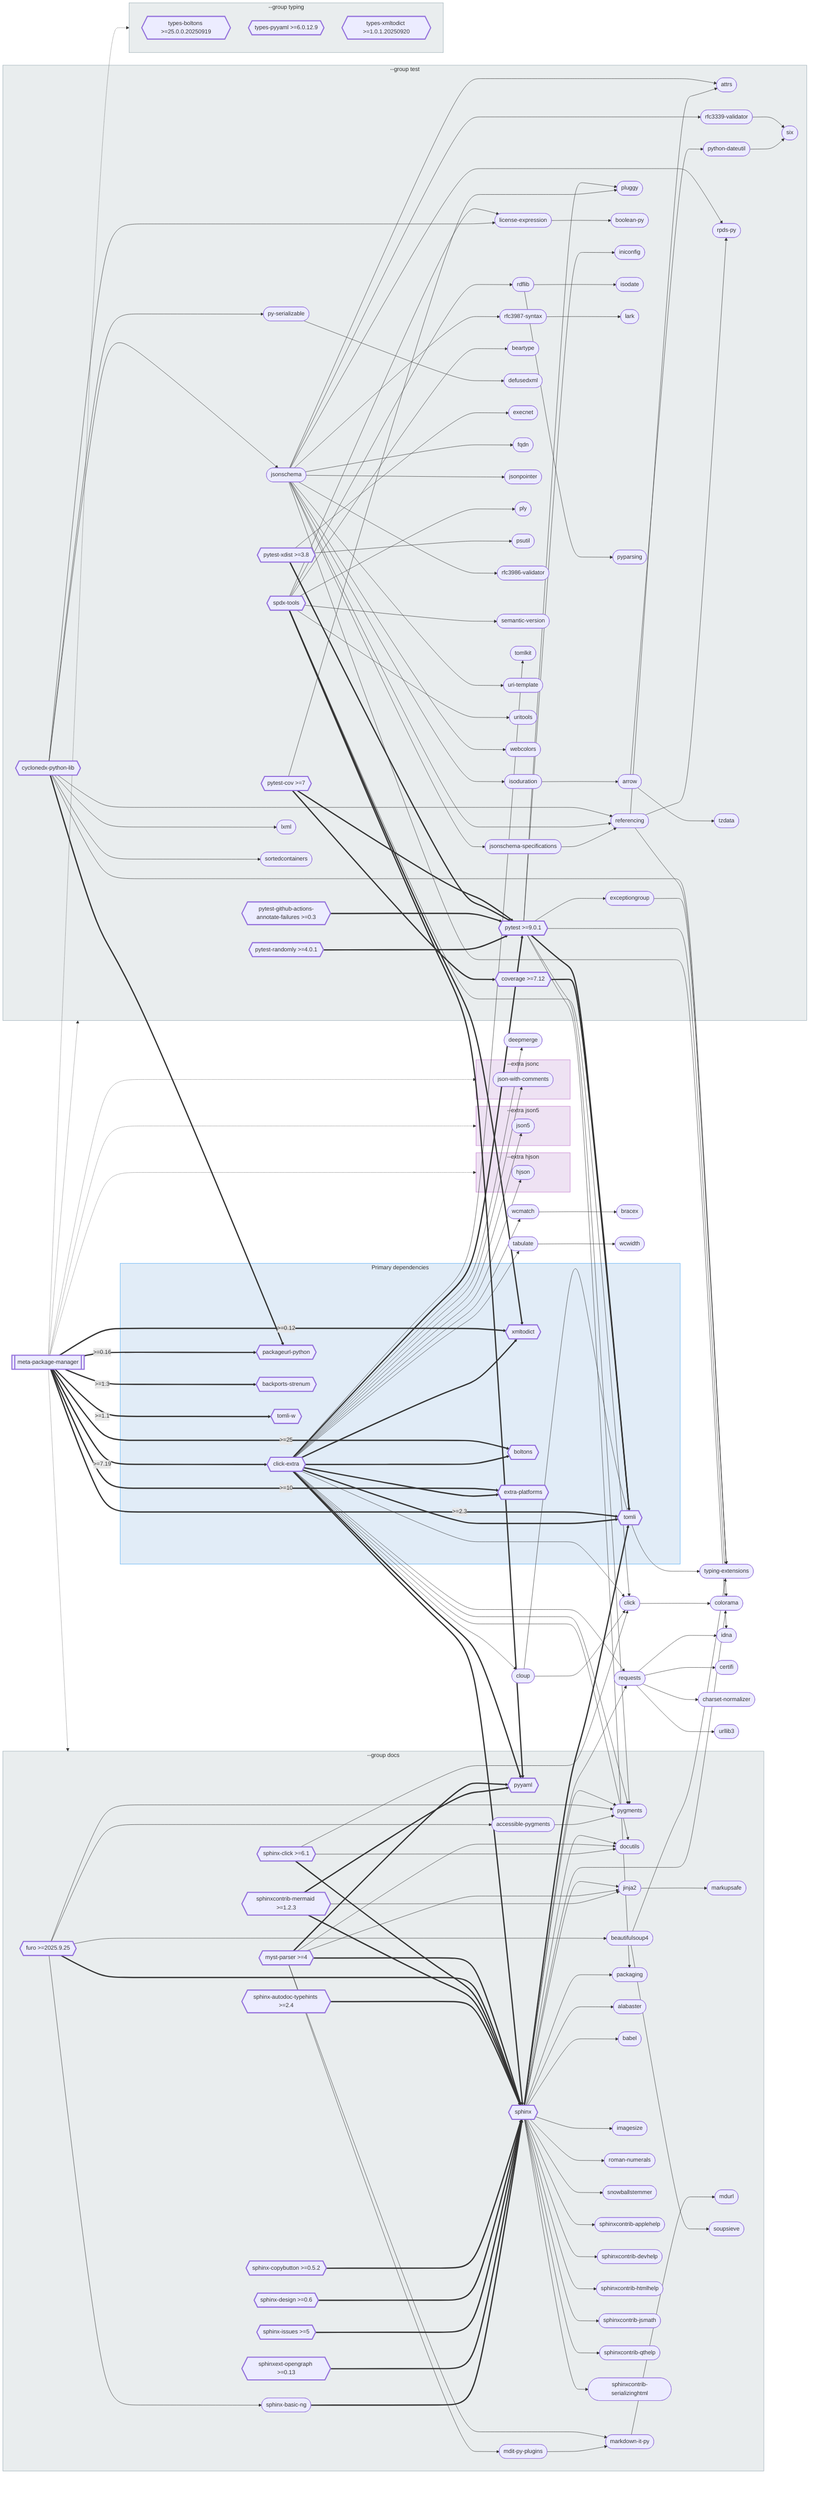
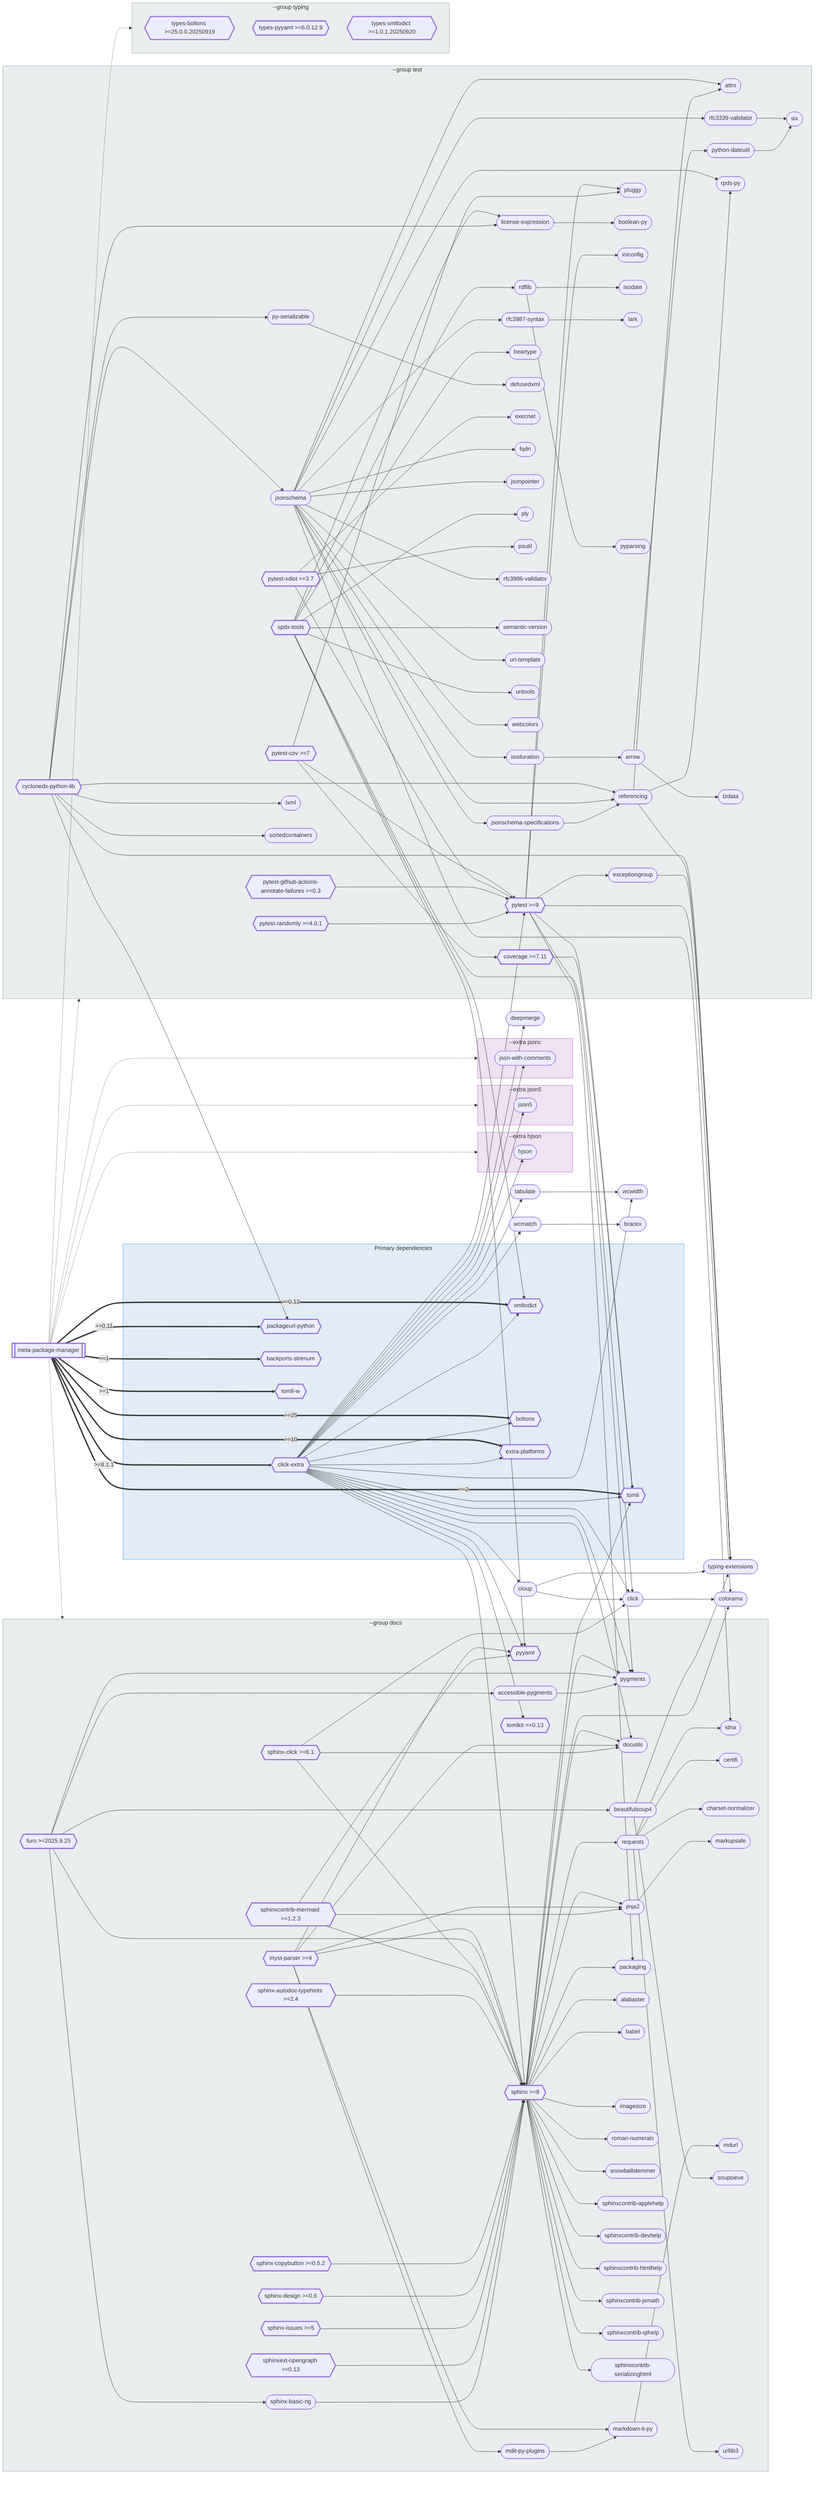
flowchart LR
    meta_package_manager[["`meta-package-manager`"]]

    subgraph primary-deps [Primary dependencies]
        click_extra{{"`click-extra`"}}
        tomli{{"`tomli`"}}
        xmltodict{{"`xmltodict`"}}
        boltons{{"`boltons`"}}
        extra_platforms{{"`extra-platforms`"}}
        packageurl_python{{"`packageurl-python`"}}
        backports_strenum{{"`backports-strenum`"}}
        tomli_w{{"`tomli-w`"}}
    end

-     requests(["`requests`"])
    click_0(["`click`"])
    typing_extensions(["`typing-extensions`"])
    cloup(["`cloup`"])
    colorama(["`colorama`"])
-     idna(["`idna`"])
    tabulate(["`tabulate`"])
    wcmatch(["`wcmatch`"])
+     wcwidth(["`wcwidth`"])
    bracex(["`bracex`"])
-     certifi(["`certifi`"])
-     charset_normalizer(["`charset-normalizer`"])
    deepmerge(["`deepmerge`"])
-     urllib3(["`urllib3`"])
-     wcwidth(["`wcwidth`"])

    subgraph ext_hjson [--extra hjson]
        hjson(["`hjson`"])
    end

    subgraph ext_json5 [--extra json5]
        json5(["`json5`"])
    end

    subgraph ext_jsonc [--extra jsonc]
        json_with_comments(["`json-with-comments`"])
    end

    subgraph grp_docs [--group docs]
-         sphinx{{"`sphinx`"}}
+         sphinx{{"`sphinx >=8`"}}
        myst_parser{{"`myst-parser >=4`"}}
        furo{{"`furo >=2025.9.25`"}}
        pygments(["`pygments`"])
        pyyaml{{"`pyyaml`"}}
+         requests(["`requests`"])
        docutils(["`docutils`"])
        jinja2(["`jinja2`"])
        sphinx_click{{"`sphinx-click >=6.1`"}}
        sphinxcontrib_mermaid{{"`sphinxcontrib-mermaid >=1.2.3`"}}
        beautifulsoup4(["`beautifulsoup4`"])
        markdown_it_py(["`markdown-it-py`"])
        accessible_pygments(["`accessible-pygments`"])
+         idna(["`idna`"])
        mdit_py_plugins(["`mdit-py-plugins`"])
        packaging(["`packaging`"])
        sphinx_autodoc_typehints{{"`sphinx-autodoc-typehints >=2.4`"}}
        sphinx_basic_ng(["`sphinx-basic-ng`"])
        sphinx_copybutton{{"`sphinx-copybutton >=0.5.2`"}}
        sphinx_design{{"`sphinx-design >=0.6`"}}
        sphinx_issues{{"`sphinx-issues >=5`"}}
        sphinxext_opengraph{{"`sphinxext-opengraph >=0.13`"}}
+         tomlkit{{"`tomlkit >=0.13`"}}
        alabaster(["`alabaster`"])
        babel(["`babel`"])
+         certifi(["`certifi`"])
+         charset_normalizer(["`charset-normalizer`"])
        imagesize(["`imagesize`"])
        markupsafe(["`markupsafe`"])
        mdurl(["`mdurl`"])
        roman_numerals(["`roman-numerals`"])
        snowballstemmer(["`snowballstemmer`"])
        soupsieve(["`soupsieve`"])
        sphinxcontrib_applehelp(["`sphinxcontrib-applehelp`"])
        sphinxcontrib_devhelp(["`sphinxcontrib-devhelp`"])
        sphinxcontrib_htmlhelp(["`sphinxcontrib-htmlhelp`"])
        sphinxcontrib_jsmath(["`sphinxcontrib-jsmath`"])
        sphinxcontrib_qthelp(["`sphinxcontrib-qthelp`"])
        sphinxcontrib_serializinghtml(["`sphinxcontrib-serializinghtml`"])
+         urllib3(["`urllib3`"])
    end

    subgraph grp_test [--group test]
        jsonschema(["`jsonschema`"])
-         pytest{{"`pytest >=9.0.1`"}}
+         pytest{{"`pytest >=9`"}}
        spdx_tools{{"`spdx-tools`"}}
        cyclonedx_python_lib{{"`cyclonedx-python-lib`"}}
        referencing(["`referencing`"])
        pytest_cov{{"`pytest-cov >=7`"}}
-         pytest_xdist{{"`pytest-xdist >=3.8`"}}
+         pytest_xdist{{"`pytest-xdist >=3.7`"}}
        arrow(["`arrow`"])
-         coverage{{"`coverage >=7.12`"}}
+         coverage{{"`coverage >=7.11`"}}
        license_expression(["`license-expression`"])
        rdflib(["`rdflib`"])
        attrs(["`attrs`"])
        exceptiongroup(["`exceptiongroup`"])
        isoduration(["`isoduration`"])
        jsonschema_specifications(["`jsonschema-specifications`"])
        pluggy(["`pluggy`"])
        py_serializable(["`py-serializable`"])
        pytest_github_actions_annotate_failures{{"`pytest-github-actions-annotate-failures >=0.3`"}}
        pytest_randomly{{"`pytest-randomly >=4.0.1`"}}
        python_dateutil(["`python-dateutil`"])
        rfc3339_validator(["`rfc3339-validator`"])
        rfc3987_syntax(["`rfc3987-syntax`"])
        rpds_py(["`rpds-py`"])
        six(["`six`"])
        beartype(["`beartype`"])
        boolean_py(["`boolean-py`"])
        defusedxml(["`defusedxml`"])
        execnet(["`execnet`"])
        fqdn(["`fqdn`"])
        iniconfig(["`iniconfig`"])
        isodate(["`isodate`"])
        jsonpointer(["`jsonpointer`"])
        lark(["`lark`"])
        lxml(["`lxml`"])
        ply(["`ply`"])
        psutil(["`psutil`"])
        pyparsing(["`pyparsing`"])
        rfc3986_validator(["`rfc3986-validator`"])
        semantic_version(["`semantic-version`"])
        sortedcontainers(["`sortedcontainers`"])
-         tomlkit(["`tomlkit`"])
        tzdata(["`tzdata`"])
        uri_template(["`uri-template`"])
        uritools(["`uritools`"])
        webcolors(["`webcolors`"])
    end

    subgraph grp_typing [--group typing]
        types_boltons{{"`types-boltons >=25.0.0.20250919`"}}
        types_pyyaml{{"`types-pyyaml >=6.0.12.9`"}}
        types_xmltodict{{"`types-xmltodict >=1.0.1.20250920`"}}
    end

-     meta_package_manager ==>|" >=7.19 "| click_extra
-     meta_package_manager ==>|" >=2.3 "| tomli
+     meta_package_manager ==>|" >=8.1.1 "| click_extra
+     meta_package_manager ==>|" >=2 "| tomli
    meta_package_manager ==>|" >=0.12 "| xmltodict
    meta_package_manager ==>|" >=25 "| boltons
    meta_package_manager ==>|" >=10 "| extra_platforms
-     meta_package_manager ==>|" >=0.16 "| packageurl_python
-     meta_package_manager ==>|" >=1.3 "| backports_strenum
-     meta_package_manager ==>|" >=1.1 "| tomli_w
+     meta_package_manager ==>|" >=0.11 "| packageurl_python
+     meta_package_manager ==>|" >=1 "| backports_strenum
+     meta_package_manager ==>|" >=1 "| tomli_w
+     sphinx --> pygments
    sphinx --> requests
-     sphinx --> pygments
-     sphinx ==> tomli
+     sphinx --> tomli
    sphinx --> docutils
    sphinx --> jinja2
    sphinx --> colorama
    sphinx --> packaging
    sphinx --> alabaster
    sphinx --> babel
    sphinx --> imagesize
    sphinx --> roman_numerals
    sphinx --> snowballstemmer
    sphinx --> sphinxcontrib_applehelp
    sphinx --> sphinxcontrib_devhelp
    sphinx --> sphinxcontrib_htmlhelp
    sphinx --> sphinxcontrib_jsmath
    sphinx --> sphinxcontrib_qthelp
    sphinx --> sphinxcontrib_serializinghtml
-     click_extra ==> sphinx
-     click_extra ==> pytest
-     click_extra --> requests
+     click_extra --> sphinx
+     click_extra --> pytest
    click_extra --> click_0
    click_extra --> pygments
-     click_extra ==> pyyaml
-     click_extra ==> tomli
+     click_extra --> pyyaml
+     click_extra --> tomli
    click_extra --> docutils
    click_extra --> cloup
-     click_extra ==> xmltodict
-     click_extra ==> boltons
-     click_extra ==> extra_platforms
+     click_extra --> xmltodict
+     click_extra --> boltons
+     click_extra --> extra_platforms
    click_extra --> hjson
    click_extra --> json_with_comments
    click_extra --> json5
    click_extra --> tabulate
+     click_extra --> tomlkit
    click_extra --> wcmatch
+     click_extra --> wcwidth
    click_extra --> deepmerge
-     click_extra --> tomlkit
    pytest --> pygments
-     pytest ==> tomli
+     pytest --> tomli
    pytest --> colorama
    pytest --> exceptiongroup
    pytest --> packaging
    pytest --> pluggy
    pytest --> iniconfig
    spdx_tools --> click_0
-     spdx_tools ==> pyyaml
+     spdx_tools --> pyyaml
    spdx_tools --> license_expression
    spdx_tools --> rdflib
-     spdx_tools ==> xmltodict
+     spdx_tools --> xmltodict
    spdx_tools --> beartype
    spdx_tools --> ply
    spdx_tools --> semantic_version
    spdx_tools --> uritools
    cyclonedx_python_lib --> jsonschema
    cyclonedx_python_lib --> referencing
    cyclonedx_python_lib --> typing_extensions
    cyclonedx_python_lib --> license_expression
-     cyclonedx_python_lib ==> packageurl_python
+     cyclonedx_python_lib --> packageurl_python
    cyclonedx_python_lib --> py_serializable
    cyclonedx_python_lib --> lxml
    cyclonedx_python_lib --> sortedcontainers
-     myst_parser ==> sphinx
-     myst_parser ==> pyyaml
+     myst_parser --> sphinx
+     myst_parser --> pyyaml
    myst_parser --> docutils
    myst_parser --> jinja2
    myst_parser --> markdown_it_py
    myst_parser --> mdit_py_plugins
-     furo ==> sphinx
+     furo --> sphinx
    furo --> pygments
    furo --> beautifulsoup4
    furo --> accessible_pygments
    furo --> sphinx_basic_ng
-     pytest_cov ==> pytest
-     pytest_cov ==> coverage
+     pytest_cov --> pytest
+     pytest_cov --> coverage
    pytest_cov --> pluggy
-     pytest_xdist ==> pytest
+     pytest_xdist --> pytest
    pytest_xdist --> execnet
    pytest_xdist --> psutil
-     sphinx_click ==> sphinx
+     sphinx_click --> sphinx
    sphinx_click --> click_0
    sphinx_click --> docutils
-     sphinxcontrib_mermaid ==> sphinx
-     sphinxcontrib_mermaid ==> pyyaml
+     sphinxcontrib_mermaid --> sphinx
+     sphinxcontrib_mermaid --> pyyaml
    sphinxcontrib_mermaid --> jinja2
-     coverage ==> tomli
-     pytest_github_actions_annotate_failures ==> pytest
-     pytest_randomly ==> pytest
-     sphinx_autodoc_typehints ==> sphinx
-     sphinx_copybutton ==> sphinx
-     sphinx_design ==> sphinx
-     sphinx_issues ==> sphinx
-     sphinxext_opengraph ==> sphinx
+     coverage --> tomli
+     pytest_github_actions_annotate_failures --> pytest
+     pytest_randomly --> pytest
+     sphinx_autodoc_typehints --> sphinx
+     sphinx_copybutton --> sphinx
+     sphinx_design --> sphinx
+     sphinx_issues --> sphinx
+     sphinxext_opengraph --> sphinx
    jsonschema --> referencing
    jsonschema --> attrs
    jsonschema --> idna
    jsonschema --> isoduration
    jsonschema --> jsonschema_specifications
    jsonschema --> rfc3339_validator
    jsonschema --> rfc3987_syntax
    jsonschema --> rpds_py
    jsonschema --> fqdn
    jsonschema --> jsonpointer
    jsonschema --> rfc3986_validator
    jsonschema --> uri_template
    jsonschema --> webcolors
    referencing --> typing_extensions
    referencing --> attrs
    referencing --> rpds_py
+     click_0 --> colorama
    requests --> idna
    requests --> certifi
    requests --> charset_normalizer
    requests --> urllib3
-     click_0 --> colorama
    jinja2 --> markupsafe
    beautifulsoup4 --> typing_extensions
    beautifulsoup4 --> soupsieve
    cloup --> click_0
    cloup --> typing_extensions
    license_expression --> boolean_py
    markdown_it_py --> mdurl
    rdflib --> isodate
    rdflib --> pyparsing
    accessible_pygments --> pygments
    exceptiongroup --> typing_extensions
    mdit_py_plugins --> markdown_it_py
    py_serializable --> defusedxml
-     sphinx_basic_ng ==> sphinx
+     sphinx_basic_ng --> sphinx
    tabulate --> wcwidth
    wcmatch --> bracex
    isoduration --> arrow
    jsonschema_specifications --> referencing
    rfc3339_validator --> six
    rfc3987_syntax --> lark
    arrow --> python_dateutil
    arrow --> tzdata
    python_dateutil --> six
    meta_package_manager -.-> ext_hjson
    meta_package_manager -.-> ext_json5
    meta_package_manager -.-> ext_jsonc
    meta_package_manager -.-> grp_docs
    meta_package_manager -.-> grp_test
    meta_package_manager -.-> grp_typing

    click accessible_pygments "https://pypi.org/project/accessible-pygments/" _blank
    click alabaster "https://pypi.org/project/alabaster/" _blank
    click arrow "https://pypi.org/project/arrow/" _blank
    click attrs "https://pypi.org/project/attrs/" _blank
    click babel "https://pypi.org/project/babel/" _blank
    click backports_strenum "https://pypi.org/project/backports-strenum/" _blank
    click beartype "https://pypi.org/project/beartype/" _blank
    click beautifulsoup4 "https://pypi.org/project/beautifulsoup4/" _blank
    click boltons "https://pypi.org/project/boltons/" _blank
    click boolean_py "https://pypi.org/project/boolean-py/" _blank
    click bracex "https://pypi.org/project/bracex/" _blank
    click certifi "https://pypi.org/project/certifi/" _blank
    click charset_normalizer "https://pypi.org/project/charset-normalizer/" _blank
    click click_0 "https://pypi.org/project/click/" _blank
    click click_extra "https://pypi.org/project/click-extra/" _blank
    click cloup "https://pypi.org/project/cloup/" _blank
    click colorama "https://pypi.org/project/colorama/" _blank
    click coverage "https://pypi.org/project/coverage/" _blank
    click cyclonedx_python_lib "https://pypi.org/project/cyclonedx-python-lib/" _blank
    click deepmerge "https://pypi.org/project/deepmerge/" _blank
    click defusedxml "https://pypi.org/project/defusedxml/" _blank
    click docutils "https://pypi.org/project/docutils/" _blank
    click exceptiongroup "https://pypi.org/project/exceptiongroup/" _blank
    click execnet "https://pypi.org/project/execnet/" _blank
    click extra_platforms "https://pypi.org/project/extra-platforms/" _blank
    click fqdn "https://pypi.org/project/fqdn/" _blank
    click furo "https://pypi.org/project/furo/" _blank
    click hjson "https://pypi.org/project/hjson/" _blank
    click idna "https://pypi.org/project/idna/" _blank
    click imagesize "https://pypi.org/project/imagesize/" _blank
    click iniconfig "https://pypi.org/project/iniconfig/" _blank
    click isodate "https://pypi.org/project/isodate/" _blank
    click isoduration "https://pypi.org/project/isoduration/" _blank
    click jinja2 "https://pypi.org/project/jinja2/" _blank
    click json_with_comments "https://pypi.org/project/json-with-comments/" _blank
    click json5 "https://pypi.org/project/json5/" _blank
    click jsonpointer "https://pypi.org/project/jsonpointer/" _blank
    click jsonschema "https://pypi.org/project/jsonschema/" _blank
    click jsonschema_specifications "https://pypi.org/project/jsonschema-specifications/" _blank
    click lark "https://pypi.org/project/lark/" _blank
    click license_expression "https://pypi.org/project/license-expression/" _blank
    click lxml "https://pypi.org/project/lxml/" _blank
    click markdown_it_py "https://pypi.org/project/markdown-it-py/" _blank
    click markupsafe "https://pypi.org/project/markupsafe/" _blank
    click mdit_py_plugins "https://pypi.org/project/mdit-py-plugins/" _blank
    click mdurl "https://pypi.org/project/mdurl/" _blank
    click meta_package_manager "https://pypi.org/project/meta-package-manager/" _blank
    click myst_parser "https://pypi.org/project/myst-parser/" _blank
    click packageurl_python "https://pypi.org/project/packageurl-python/" _blank
    click packaging "https://pypi.org/project/packaging/" _blank
    click pluggy "https://pypi.org/project/pluggy/" _blank
    click ply "https://pypi.org/project/ply/" _blank
    click psutil "https://pypi.org/project/psutil/" _blank
    click py_serializable "https://pypi.org/project/py-serializable/" _blank
    click pygments "https://pypi.org/project/pygments/" _blank
    click pyparsing "https://pypi.org/project/pyparsing/" _blank
    click pytest "https://pypi.org/project/pytest/" _blank
    click pytest_cov "https://pypi.org/project/pytest-cov/" _blank
    click pytest_github_actions_annotate_failures "https://pypi.org/project/pytest-github-actions-annotate-failures/" _blank
    click pytest_randomly "https://pypi.org/project/pytest-randomly/" _blank
    click pytest_xdist "https://pypi.org/project/pytest-xdist/" _blank
    click python_dateutil "https://pypi.org/project/python-dateutil/" _blank
    click pyyaml "https://pypi.org/project/pyyaml/" _blank
    click rdflib "https://pypi.org/project/rdflib/" _blank
    click referencing "https://pypi.org/project/referencing/" _blank
    click requests "https://pypi.org/project/requests/" _blank
    click rfc3339_validator "https://pypi.org/project/rfc3339-validator/" _blank
    click rfc3986_validator "https://pypi.org/project/rfc3986-validator/" _blank
    click rfc3987_syntax "https://pypi.org/project/rfc3987-syntax/" _blank
    click roman_numerals "https://pypi.org/project/roman-numerals/" _blank
    click rpds_py "https://pypi.org/project/rpds-py/" _blank
    click semantic_version "https://pypi.org/project/semantic-version/" _blank
    click six "https://pypi.org/project/six/" _blank
    click snowballstemmer "https://pypi.org/project/snowballstemmer/" _blank
    click sortedcontainers "https://pypi.org/project/sortedcontainers/" _blank
    click soupsieve "https://pypi.org/project/soupsieve/" _blank
    click spdx_tools "https://pypi.org/project/spdx-tools/" _blank
    click sphinx "https://pypi.org/project/sphinx/" _blank
    click sphinx_autodoc_typehints "https://pypi.org/project/sphinx-autodoc-typehints/" _blank
    click sphinx_basic_ng "https://pypi.org/project/sphinx-basic-ng/" _blank
    click sphinx_click "https://pypi.org/project/sphinx-click/" _blank
    click sphinx_copybutton "https://pypi.org/project/sphinx-copybutton/" _blank
    click sphinx_design "https://pypi.org/project/sphinx-design/" _blank
    click sphinx_issues "https://pypi.org/project/sphinx-issues/" _blank
    click sphinxcontrib_applehelp "https://pypi.org/project/sphinxcontrib-applehelp/" _blank
    click sphinxcontrib_devhelp "https://pypi.org/project/sphinxcontrib-devhelp/" _blank
    click sphinxcontrib_htmlhelp "https://pypi.org/project/sphinxcontrib-htmlhelp/" _blank
    click sphinxcontrib_jsmath "https://pypi.org/project/sphinxcontrib-jsmath/" _blank
    click sphinxcontrib_mermaid "https://pypi.org/project/sphinxcontrib-mermaid/" _blank
    click sphinxcontrib_qthelp "https://pypi.org/project/sphinxcontrib-qthelp/" _blank
    click sphinxcontrib_serializinghtml "https://pypi.org/project/sphinxcontrib-serializinghtml/" _blank
    click sphinxext_opengraph "https://pypi.org/project/sphinxext-opengraph/" _blank
    click tabulate "https://pypi.org/project/tabulate/" _blank
    click tomli "https://pypi.org/project/tomli/" _blank
    click tomli_w "https://pypi.org/project/tomli-w/" _blank
    click tomlkit "https://pypi.org/project/tomlkit/" _blank
    click types_boltons "https://pypi.org/project/types-boltons/" _blank
    click types_pyyaml "https://pypi.org/project/types-pyyaml/" _blank
    click types_xmltodict "https://pypi.org/project/types-xmltodict/" _blank
    click typing_extensions "https://pypi.org/project/typing-extensions/" _blank
    click tzdata "https://pypi.org/project/tzdata/" _blank
    click uri_template "https://pypi.org/project/uri-template/" _blank
    click uritools "https://pypi.org/project/uritools/" _blank
    click urllib3 "https://pypi.org/project/urllib3/" _blank
    click wcmatch "https://pypi.org/project/wcmatch/" _blank
    click wcwidth "https://pypi.org/project/wcwidth/" _blank
    click webcolors "https://pypi.org/project/webcolors/" _blank
    click xmltodict "https://pypi.org/project/xmltodict/" _blank

    style meta_package_manager stroke-width:3px
    style backports_strenum stroke-width:3px
    style boltons stroke-width:3px
    style click_extra stroke-width:3px
    style coverage stroke-width:3px
    style cyclonedx_python_lib stroke-width:3px
    style extra_platforms stroke-width:3px
    style furo stroke-width:3px
    style myst_parser stroke-width:3px
    style packageurl_python stroke-width:3px
    style pytest stroke-width:3px
    style pytest_cov stroke-width:3px
    style pytest_github_actions_annotate_failures stroke-width:3px
    style pytest_randomly stroke-width:3px
    style pytest_xdist stroke-width:3px
    style pyyaml stroke-width:3px
    style spdx_tools stroke-width:3px
    style sphinx stroke-width:3px
    style sphinx_autodoc_typehints stroke-width:3px
    style sphinx_click stroke-width:3px
    style sphinx_copybutton stroke-width:3px
    style sphinx_design stroke-width:3px
    style sphinx_issues stroke-width:3px
    style sphinxcontrib_mermaid stroke-width:3px
    style sphinxext_opengraph stroke-width:3px
    style tomli stroke-width:3px
    style tomli_w stroke-width:3px
+     style tomlkit stroke-width:3px
    style types_boltons stroke-width:3px
    style types_pyyaml stroke-width:3px
    style types_xmltodict stroke-width:3px
    style xmltodict stroke-width:3px

    style primary-deps fill:#1565C020,stroke:#42A5F5
    style ext_hjson fill:#7B1FA220,stroke:#BA68C8
    style ext_json5 fill:#7B1FA220,stroke:#BA68C8
    style ext_jsonc fill:#7B1FA220,stroke:#BA68C8
    style grp_docs fill:#546E7A20,stroke:#90A4AE
    style grp_test fill:#546E7A20,stroke:#90A4AE
    style grp_typing fill:#546E7A20,stroke:#90A4AE
